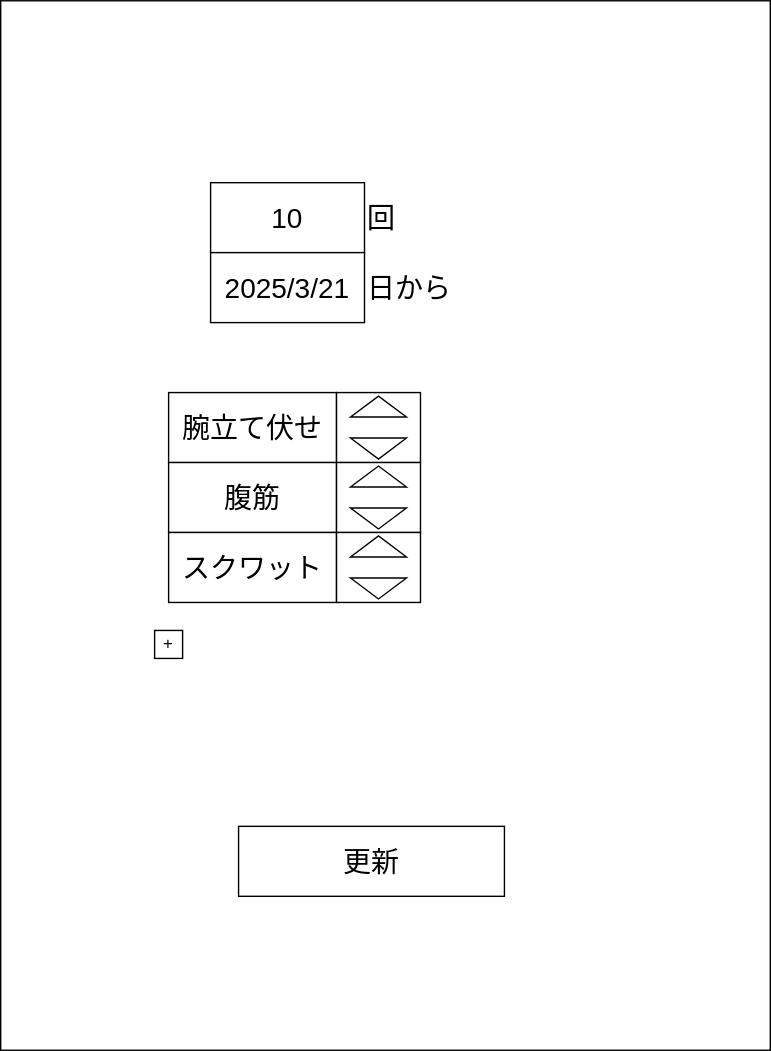
anti-paper/anti_paper_wf keeps this draw.io diagram as edit_mascle_training_config.drawio.svg. Above is the earlier version. Source tidied: cells renumbered, new cells last; positions are measured from the earlier drawing's top-left corner, leaving out a move shared by most shapes.
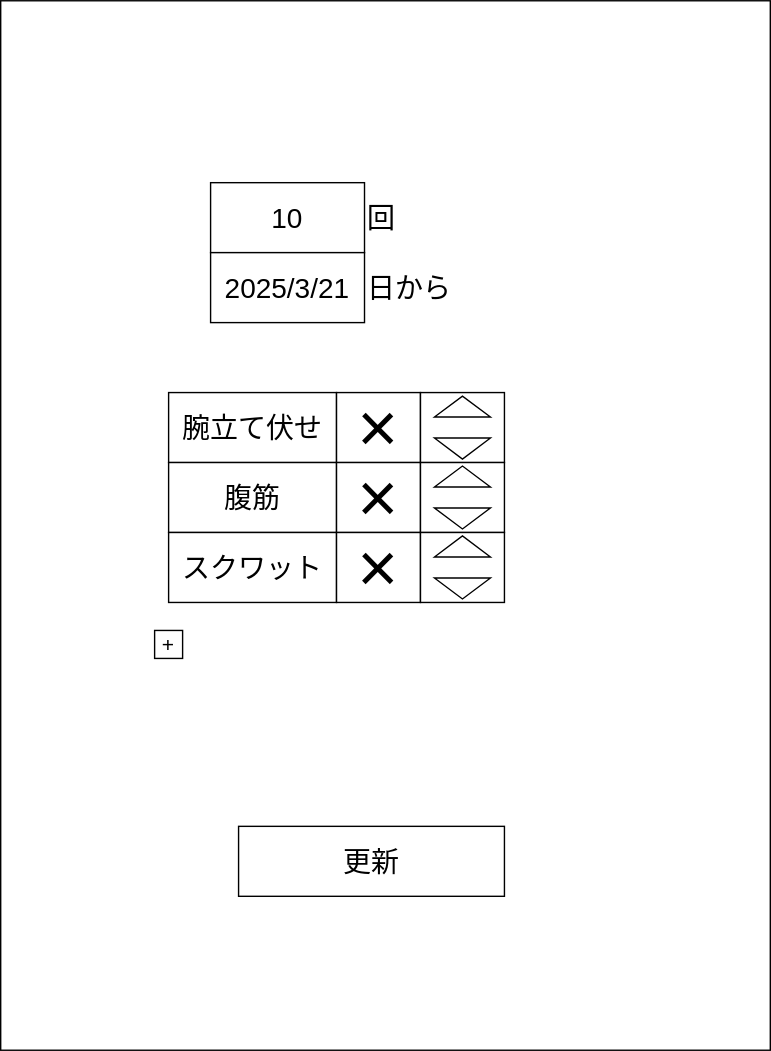
After the change.

Commit message:
筋トレ設定編集画面修正

Diff of the diagram source:
```diff
@@ -29,35 +29,44 @@
     <mxCell id="10" value="スクワット" style="rounded=0;whiteSpace=wrap;html=1;fontSize=20;" parent="1" vertex="1">
       <mxGeometry x="120" y="380" width="120" height="50" as="geometry" />
     </mxCell>
+    <mxCell id="20" value="+" style="whiteSpace=wrap;html=1;fontSize=15;" parent="1" vertex="1">
+      <mxGeometry x="110" y="450" width="20" height="20" as="geometry" />
+    </mxCell>
+    <mxCell id="21" value="×" style="rounded=0;whiteSpace=wrap;html=1;fontSize=50;" parent="1" vertex="1">
+      <mxGeometry x="240" y="280" width="60" height="50" as="geometry" />
+    </mxCell>
+    <mxCell id="22" value="×" style="rounded=0;whiteSpace=wrap;html=1;fontSize=50;" parent="1" vertex="1">
+      <mxGeometry x="240" y="330" width="60" height="50" as="geometry" />
+    </mxCell>
+    <mxCell id="23" value="×" style="rounded=0;whiteSpace=wrap;html=1;fontSize=50;" parent="1" vertex="1">
+      <mxGeometry x="240" y="380" width="60" height="50" as="geometry" />
+    </mxCell>
     <mxCell id="11" style="rounded=0;whiteSpace=wrap;html=1;fontSize=20;" parent="1" vertex="1">
-      <mxGeometry x="240" y="280" width="60" height="50" as="geometry" />
+      <mxGeometry x="300" y="280" width="60" height="50" as="geometry" />
     </mxCell>
     <mxCell id="12" style="rounded=0;whiteSpace=wrap;html=1;fontSize=20;" parent="1" vertex="1">
-      <mxGeometry x="240" y="330" width="60" height="50" as="geometry" />
+      <mxGeometry x="300" y="330" width="60" height="50" as="geometry" />
     </mxCell>
     <mxCell id="13" style="rounded=0;whiteSpace=wrap;html=1;fontSize=20;" parent="1" vertex="1">
-      <mxGeometry x="240" y="380" width="60" height="50" as="geometry" />
+      <mxGeometry x="300" y="380" width="60" height="50" as="geometry" />
     </mxCell>
     <mxCell id="14" style="triangle;whiteSpace=wrap;html=1;rotation=-90;" parent="1" vertex="1">
-      <mxGeometry x="262.5" y="270" width="15" height="40" as="geometry" />
+      <mxGeometry x="322.5" y="270" width="15" height="40" as="geometry" />
     </mxCell>
     <mxCell id="15" style="triangle;whiteSpace=wrap;html=1;rotation=90;" parent="1" vertex="1">
-      <mxGeometry x="262.5" y="300" width="15" height="40" as="geometry" />
+      <mxGeometry x="322.5" y="300" width="15" height="40" as="geometry" />
     </mxCell>
     <mxCell id="16" style="triangle;whiteSpace=wrap;html=1;rotation=-90;" parent="1" vertex="1">
-      <mxGeometry x="262.5" y="320" width="15" height="40" as="geometry" />
+      <mxGeometry x="322.5" y="320" width="15" height="40" as="geometry" />
     </mxCell>
     <mxCell id="17" style="triangle;whiteSpace=wrap;html=1;rotation=90;" parent="1" vertex="1">
-      <mxGeometry x="262.5" y="350" width="15" height="40" as="geometry" />
+      <mxGeometry x="322.5" y="350" width="15" height="40" as="geometry" />
     </mxCell>
     <mxCell id="18" style="triangle;whiteSpace=wrap;html=1;rotation=-90;" parent="1" vertex="1">
-      <mxGeometry x="262.5" y="370" width="15" height="40" as="geometry" />
+      <mxGeometry x="322.5" y="370" width="15" height="40" as="geometry" />
     </mxCell>
     <mxCell id="19" style="triangle;whiteSpace=wrap;html=1;rotation=90;" parent="1" vertex="1">
-      <mxGeometry x="262.5" y="400" width="15" height="40" as="geometry" />
+      <mxGeometry x="322.5" y="400" width="15" height="40" as="geometry" />
     </mxCell>
-    <mxCell id="20" value="+" style="whiteSpace=wrap;html=1;" parent="1" vertex="1">
-      <mxGeometry x="110" y="450" width="20" height="20" as="geometry" />
-    </mxCell>
   </root>
 </mxGraphModel>
```
